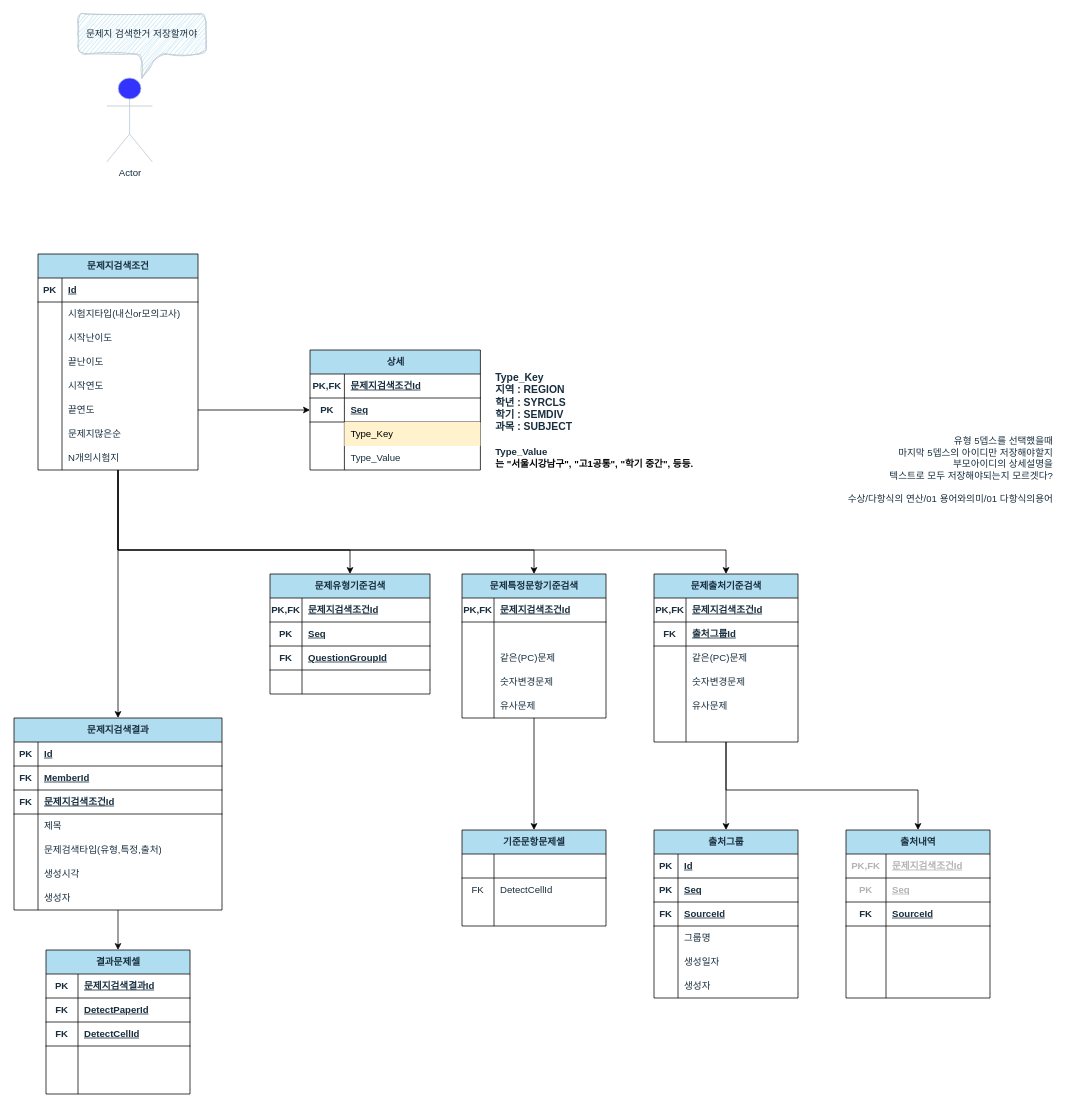
Earlier version of the draw.io diagram 문제지 검색.drawio (hyeonzx/Search-ExamPaper). Source tidied: cells renumbered, new cells numbered last; positions are measured from the earlier drawing's top-left corner, leaving out a move shared by most shapes. Both pictures are drawn from the tidied source at 80%, with x=0, y=0 at pixel (14, 14).
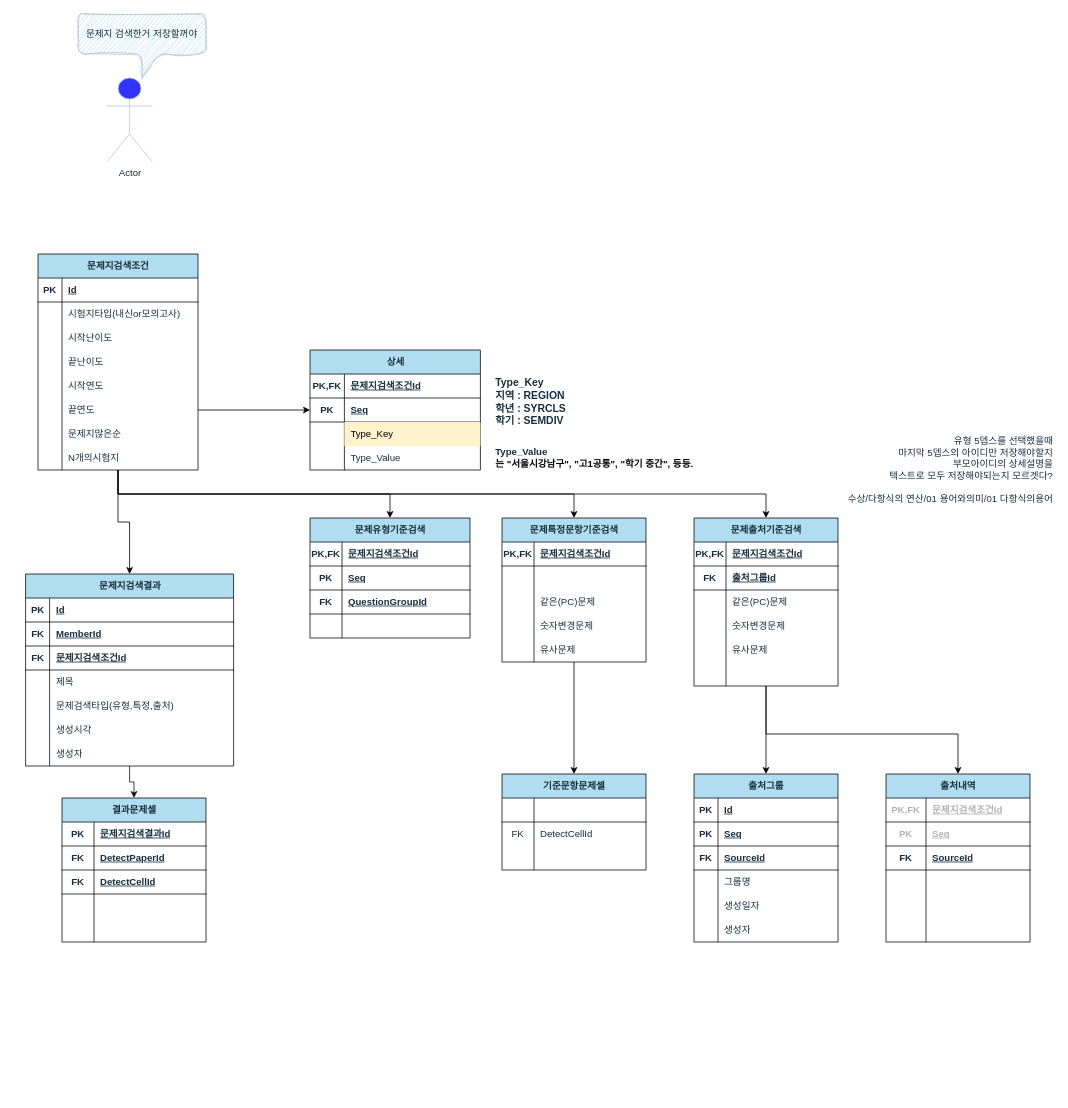
The same page after the edit.

Commit message:
문제지 검색.drawio 업데이트

Unchanged cells that the change refers to:
```xml
<mxCell id="88" value="문제지검색조건" style="shape=table;startSize=30;childLayout=tableLayout;rowLines=0;fontStyle=1;align=center;html=1;hachureGap=4;fontFamily=Helvetica;swimlaneLine=1;labelBackgroundColor=none;fillColor=#B1DDF0;strokeColor=#100f0f;fontColor=#182E3E;rounded=0;shadow=0;" parent="1" vertex="1">
  <mxGeometry x="30" y="300" width="200" height="270" as="geometry" />
</mxCell>
```

Change to the diagram source:
```diff
@@
     <mxCell id="2" value="결과문제셀" style="shape=table;startSize=30;childLayout=tableLayout;rowLines=0;fontStyle=1;align=center;html=1;hachureGap=4;fontFamily=Helvetica;swimlaneLine=1;labelBackgroundColor=none;fillColor=#B1DDF0;strokeColor=#100f0f;fontColor=#182E3E;rounded=0;" parent="1" vertex="1">
-      <mxGeometry x="40" y="1170" width="180" height="180" as="geometry" />
+      <mxGeometry x="60" y="980" width="180" height="180" as="geometry" />
     </mxCell>
@@
     <mxCell id="18" value="문제출처기준검색" style="shape=table;startSize=30;childLayout=tableLayout;rowLines=0;fontStyle=1;align=center;html=1;hachureGap=4;fontFamily=Helvetica;swimlaneLine=1;labelBackgroundColor=none;fillColor=#B1DDF0;strokeColor=#100f0f;fontColor=#182E3E;rounded=0;" parent="1" vertex="1">
-      <mxGeometry x="800" y="700" width="180" height="210" as="geometry" />
+      <mxGeometry x="850" y="630" width="180" height="210" as="geometry" />
     </mxCell>
@@
     <mxCell id="37" value="문제특정문항기준검색" style="shape=table;startSize=30;childLayout=tableLayout;rowLines=0;fontStyle=1;align=center;html=1;hachureGap=4;fontFamily=Helvetica;swimlaneLine=1;labelBackgroundColor=none;fillColor=#B1DDF0;strokeColor=#100f0f;fontColor=#182E3E;rounded=0;" parent="1" vertex="1">
-      <mxGeometry x="560" y="700" width="180" height="180" as="geometry" />
+      <mxGeometry x="610" y="630" width="180" height="180" as="geometry" />
     </mxCell>
@@
     <mxCell id="53" value="문제지검색결과" style="shape=table;startSize=30;childLayout=tableLayout;rowLines=0;fontStyle=1;align=center;html=1;hachureGap=4;fontFamily=Helvetica;swimlaneLine=1;labelBackgroundColor=none;fillColor=#B1DDF0;strokeColor=#100f0f;fontColor=#182E3E;rounded=0;" parent="1" vertex="1">
-      <mxGeometry y="880" width="260" height="240" as="geometry" />
+      <mxGeometry x="14.5" y="700" width="260" height="240" as="geometry" />
     </mxCell>
@@
     <mxCell id="75" value="문제유형기준검색" style="shape=table;startSize=30;childLayout=tableLayout;rowLines=0;fontStyle=1;align=center;html=1;hachureGap=4;fontFamily=Helvetica;swimlaneLine=1;labelBackgroundColor=none;fillColor=#B1DDF0;strokeColor=#100f0f;fontColor=#182E3E;rounded=0;" parent="1" vertex="1">
-      <mxGeometry x="320" y="700" width="200" height="150" as="geometry" />
+      <mxGeometry x="370" y="630" width="200" height="150" as="geometry" />
     </mxCell>
@@
     <mxCell id="113" value="기준문항문제셀" style="shape=table;startSize=30;childLayout=tableLayout;rowLines=0;fontStyle=1;align=center;html=1;hachureGap=4;fontFamily=Helvetica;swimlaneLine=1;labelBackgroundColor=none;fillColor=#B1DDF0;strokeColor=#100f0f;fontColor=#182E3E;rounded=0;" parent="1" vertex="1">
-      <mxGeometry x="560" y="1020" width="180" height="120" as="geometry" />
+      <mxGeometry x="610" y="950" width="180" height="120" as="geometry" />
     </mxCell>
@@
     <mxCell id="123" value="출처그룹" style="shape=table;startSize=30;childLayout=tableLayout;rowLines=0;fontStyle=1;align=center;html=1;hachureGap=4;fontFamily=Helvetica;swimlaneLine=1;labelBackgroundColor=none;fillColor=#B1DDF0;strokeColor=#100f0f;fontColor=#182E3E;rounded=0;" parent="1" vertex="1">
-      <mxGeometry x="800" y="1020" width="180" height="210" as="geometry" />
+      <mxGeometry x="850" y="950" width="180" height="210" as="geometry" />
     </mxCell>
@@
-    <mxCell id="160" value="&lt;div style=&quot;font-size: 13px;&quot;&gt;Type_Key&lt;/div&gt;&lt;div style=&quot;font-size: 13px;&quot;&gt;지역 : REGION&lt;/div&gt;&lt;div style=&quot;font-size: 13px;&quot;&gt;학년 :&amp;nbsp;&lt;span style=&quot;background-color: initial; font-size: 13px;&quot;&gt;SYRCLS&lt;/span&gt;&lt;/div&gt;&lt;div style=&quot;font-size: 13px;&quot;&gt;학기 :&amp;nbsp;&lt;span style=&quot;background-color: initial; font-size: 13px;&quot;&gt;SEMDIV&lt;/span&gt;&lt;/div&gt;&lt;div style=&quot;font-size: 13px;&quot;&gt;과목 : SUBJECT&lt;/div&gt;" style="text;html=1;align=left;verticalAlign=middle;strokeColor=none;fillColor=none;fontColor=#182E3E;fontSize=13;fontStyle=1;" parent="1" vertex="1">
-      <mxGeometry x="600" y="440" width="120" height="90" as="geometry" />
+    <mxCell id="160" value="&lt;div style=&quot;font-size: 13px;&quot;&gt;Type_Key&lt;/div&gt;&lt;div style=&quot;font-size: 13px;&quot;&gt;지역 : REGION&lt;/div&gt;&lt;div style=&quot;font-size: 13px;&quot;&gt;학년 :&amp;nbsp;&lt;span style=&quot;background-color: initial; font-size: 13px;&quot;&gt;SYRCLS&lt;/span&gt;&lt;/div&gt;&lt;div style=&quot;font-size: 13px;&quot;&gt;학기 :&amp;nbsp;&lt;span style=&quot;background-color: initial; font-size: 13px;&quot;&gt;SEMDIV&lt;/span&gt;&lt;/div&gt;" style="text;html=1;align=left;verticalAlign=middle;strokeColor=none;fillColor=none;fontColor=#182E3E;fontSize=13;fontStyle=1;" parent="1" vertex="1">
+      <mxGeometry x="600" y="445" width="110" height="80" as="geometry" />
     </mxCell>
     <mxCell id="161" value="출처내역" style="shape=table;startSize=30;childLayout=tableLayout;rowLines=0;fontStyle=1;align=center;html=1;hachureGap=4;fontFamily=Helvetica;swimlaneLine=1;labelBackgroundColor=none;fillColor=#B1DDF0;strokeColor=#100f0f;fontColor=#182E3E;rounded=0;" parent="1" vertex="1">
-      <mxGeometry x="1040" y="1020" width="180" height="210" as="geometry" />
+      <mxGeometry x="1090" y="950" width="180" height="210" as="geometry" />
     </mxCell>
@@
     <mxCell id="181" style="edgeStyle=orthogonalEdgeStyle;rounded=0;jettySize=auto;html=1;" parent="1" edge="1" source="18" target="161">
       <mxGeometry relative="1" as="geometry">
         <Array as="points">
-          <mxPoint x="890" y="970" />
-          <mxPoint x="1130" y="970" />
+          <mxPoint x="940" y="900" />
+          <mxPoint x="1180" y="900" />
         </Array>
       </mxGeometry>
     </mxCell>
@@
     <mxCell id="184" style="edgeStyle=orthogonalEdgeStyle;rounded=0;jettySize=auto;html=1;" parent="1" edge="1" source="88" target="75">
       <mxGeometry relative="1" as="geometry">
         <Array as="points">
-          <mxPoint x="420" y="670" />
+          <mxPoint x="130" y="600" />
+          <mxPoint x="470" y="600" />
         </Array>
       </mxGeometry>
     </mxCell>
     <mxCell id="185" style="edgeStyle=orthogonalEdgeStyle;rounded=0;jettySize=auto;html=1;" parent="1" edge="1" source="88" target="37">
       <mxGeometry relative="1" as="geometry">
         <Array as="points">
-          <mxPoint x="650" y="670" />
+          <mxPoint x="130" y="600" />
+          <mxPoint x="700" y="600" />
         </Array>
       </mxGeometry>
     </mxCell>
     <mxCell id="186" style="edgeStyle=orthogonalEdgeStyle;rounded=0;jettySize=auto;html=1;" parent="1" edge="1" source="88" target="18">
       <mxGeometry relative="1" as="geometry">
         <Array as="points">
-          <mxPoint x="890" y="670" />
+          <mxPoint x="130" y="600" />
+          <mxPoint x="940" y="600" />
         </Array>
       </mxGeometry>
     </mxCell>
```
